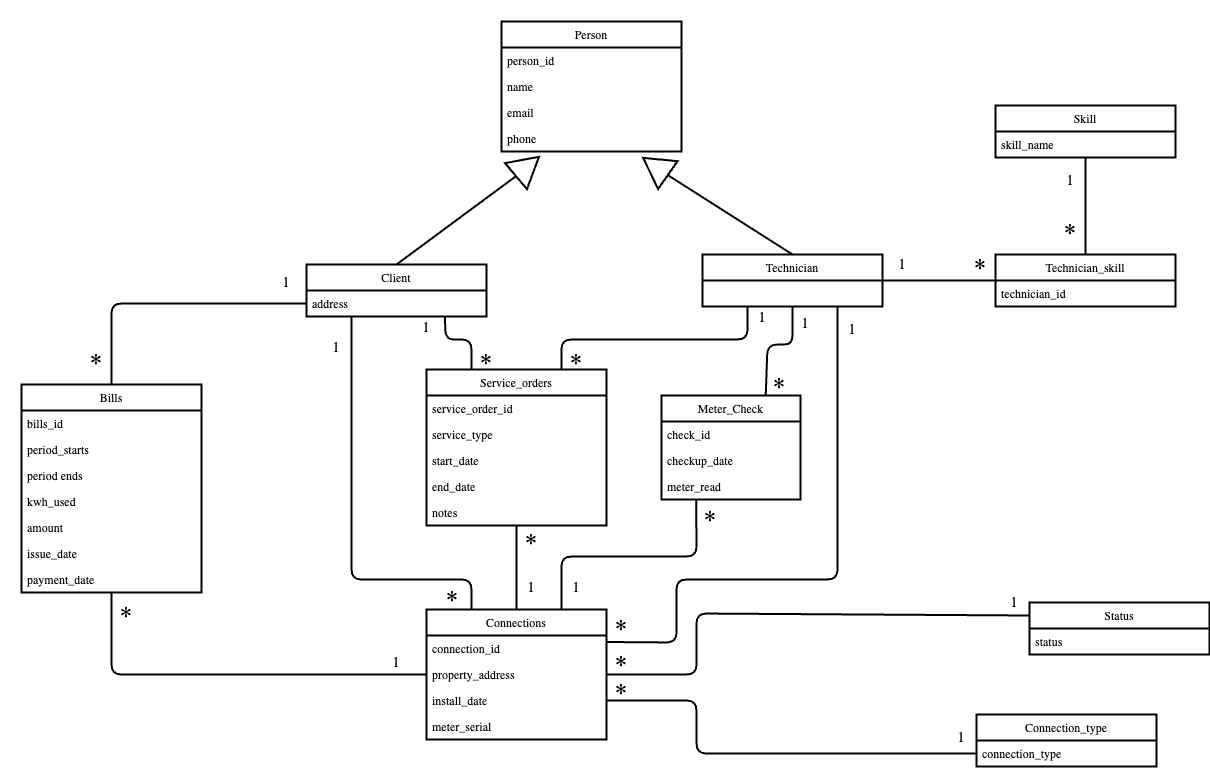
This is uml.png from nnovajulian08/database_proj, a draw.io export, as it was before one commit. Source tidied: cells renumbered, new cells last; positions are measured from the earlier drawing's top-left corner, leaving out a move shared by most shapes.
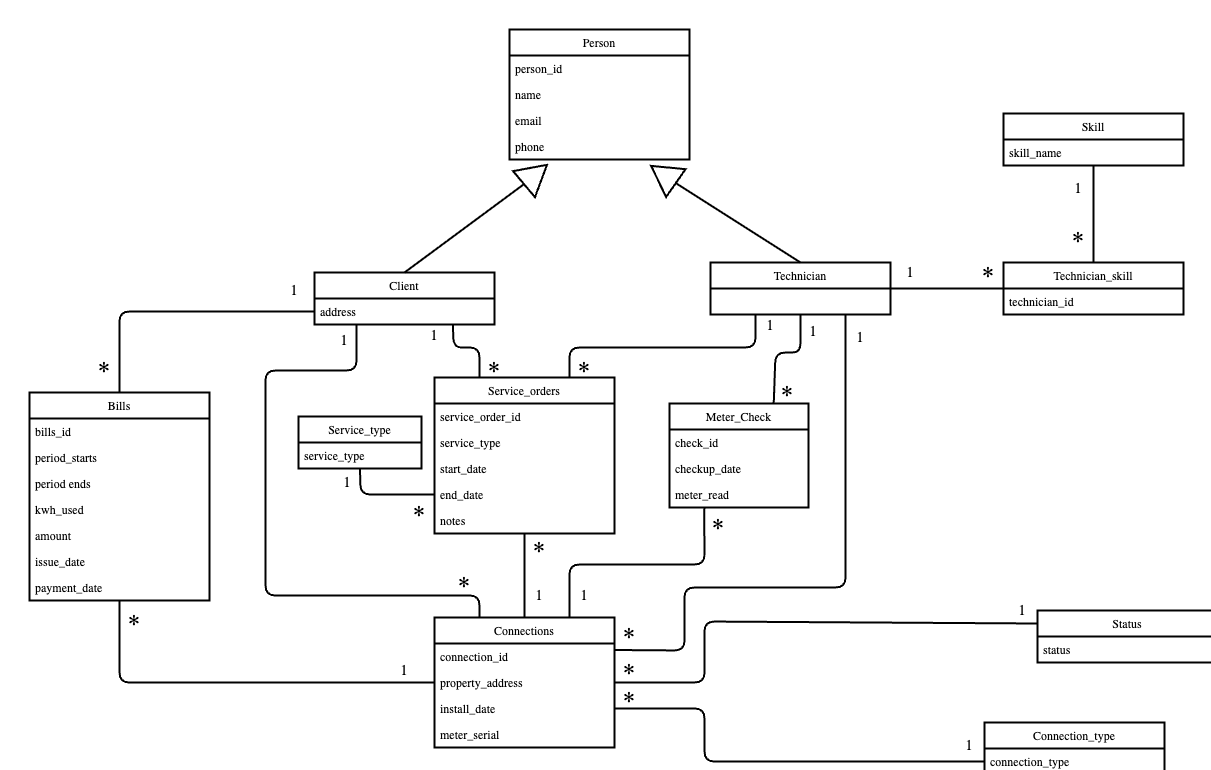
Above is the later version.

Change to the diagram source:
```diff
@@ -26,11 +26,13 @@
     <mxCell id="9" style="endArrow=none;html=1;exitX=0.5;exitY=0;exitDx=0;exitDy=0;entryX=0;entryY=0.5;entryDx=0;entryDy=0;" parent="1" edge="1" source="11" target="8">
       <mxGeometry relative="1" as="geometry" />
     </mxCell>
-    <mxCell id="10" style="endArrow=none;html=1;entryX=0.25;entryY=0;entryDx=0;entryDy=0;exitX=0.25;exitY=1;exitDx=0;exitDy=0;" parent="1" edge="1" source="11" target="32">
+    <mxCell id="10" style="endArrow=none;html=1;entryX=0.25;entryY=0;entryDx=0;entryDy=0;exitX=0.233;exitY=0.984;exitDx=0;exitDy=0;exitPerimeter=0;" parent="1" edge="1" source="12" target="32">
       <mxGeometry relative="1" as="geometry">
         <Array as="points">
-          <mxPoint x="330" y="558" />
-          <mxPoint x="450" y="558" />
+          <mxPoint x="327" y="341" />
+          <mxPoint x="236" y="341" />
+          <mxPoint x="236" y="566" />
+          <mxPoint x="450" y="566" />
         </Array>
       </mxGeometry>
     </mxCell>
@@ -220,7 +222,7 @@
       <mxGeometry x="585" y="584.5" width="30" height="45" as="geometry" />
     </mxCell>
     <mxCell id="61" value="&lt;span style=&quot;font-style: normal&quot;&gt;*&lt;/span&gt;" style="text;html=1;strokeColor=none;fillColor=none;align=center;verticalAlign=middle;whiteSpace=wrap;rounded=0;fontSize=25;fontStyle=0;" parent="1" vertex="1">
-      <mxGeometry x="416" y="555" width="30" height="45" as="geometry" />
+      <mxGeometry x="420" y="533" width="30" height="45" as="geometry" />
     </mxCell>
     <mxCell id="62" value="&lt;span style=&quot;font-style: normal&quot;&gt;*&lt;/span&gt;" style="text;html=1;strokeColor=none;fillColor=none;align=center;verticalAlign=middle;whiteSpace=wrap;rounded=0;fontSize=25;fontStyle=0;" parent="1" vertex="1">
       <mxGeometry x="495" y="498" width="30" height="45" as="geometry" />
@@ -238,7 +240,7 @@
       <mxGeometry x="90" y="571" width="30" height="45" as="geometry" />
     </mxCell>
     <mxCell id="67" value="&lt;span style=&quot;font-style: normal&quot;&gt;1&lt;/span&gt;" style="text;html=1;strokeColor=none;fillColor=none;align=center;verticalAlign=middle;whiteSpace=wrap;rounded=0;fontSize=15;fontStyle=0;" parent="1" vertex="1">
-      <mxGeometry x="300" y="303" width="30" height="45" as="geometry" />
+      <mxGeometry x="300" y="288" width="30" height="45" as="geometry" />
     </mxCell>
     <mxCell id="68" value="&lt;span style=&quot;font-style: normal&quot;&gt;1&lt;/span&gt;" style="text;html=1;strokeColor=none;fillColor=none;align=center;verticalAlign=middle;whiteSpace=wrap;rounded=0;fontSize=15;fontStyle=0;" parent="1" vertex="1">
       <mxGeometry x="1034" y="136" width="30" height="45" as="geometry" />
@@ -298,5 +300,24 @@
     <mxCell id="83" value="&lt;span style=&quot;font-style: normal&quot;&gt;*&lt;/span&gt;" style="text;html=1;strokeColor=none;fillColor=none;align=center;verticalAlign=middle;whiteSpace=wrap;rounded=0;fontSize=25;fontStyle=0;" parent="1" vertex="1">
       <mxGeometry x="674" y="475" width="30" height="45" as="geometry" />
     </mxCell>
+    <mxCell id="84" style="endArrow=none;html=1;entryX=0;entryY=0.5;entryDx=0;entryDy=0;exitX=0.5;exitY=1;exitDx=0;exitDy=0;" parent="1" edge="1" source="85" target="48">
+      <mxGeometry relative="1" as="geometry">
+        <Array as="points">
+          <mxPoint x="331" y="465" />
+        </Array>
+      </mxGeometry>
+    </mxCell>
+    <mxCell id="85" value="Service_type" style="swimlane;fontStyle=0;horizontal=1;startSize=26;fillColor=none;" parent="1" vertex="1">
+      <mxGeometry x="269" y="387" width="123" height="52" as="geometry" />
+    </mxCell>
+    <mxCell id="86" value="service_type" style="text;strokeColor=none;fillColor=none;align=left;verticalAlign=top;spacingLeft=4;spacingRight=4;overflow=hidden;" parent="85" vertex="1">
+      <mxGeometry y="26" width="123" height="26" as="geometry" />
+    </mxCell>
+    <mxCell id="87" value="&lt;span style=&quot;font-style: normal&quot;&gt;1&lt;/span&gt;" style="text;html=1;strokeColor=none;fillColor=none;align=center;verticalAlign=middle;whiteSpace=wrap;rounded=0;fontSize=15;fontStyle=0;" parent="1" vertex="1">
+      <mxGeometry x="303" y="430" width="30" height="45" as="geometry" />
+    </mxCell>
+    <mxCell id="88" value="&lt;span style=&quot;font-style: normal&quot;&gt;*&lt;/span&gt;" style="text;html=1;strokeColor=none;fillColor=none;align=center;verticalAlign=middle;whiteSpace=wrap;rounded=0;fontSize=25;fontStyle=0;" parent="1" vertex="1">
+      <mxGeometry x="375" y="462" width="30" height="45" as="geometry" />
+    </mxCell>
   </root>
 </mxGraphModel>
```
